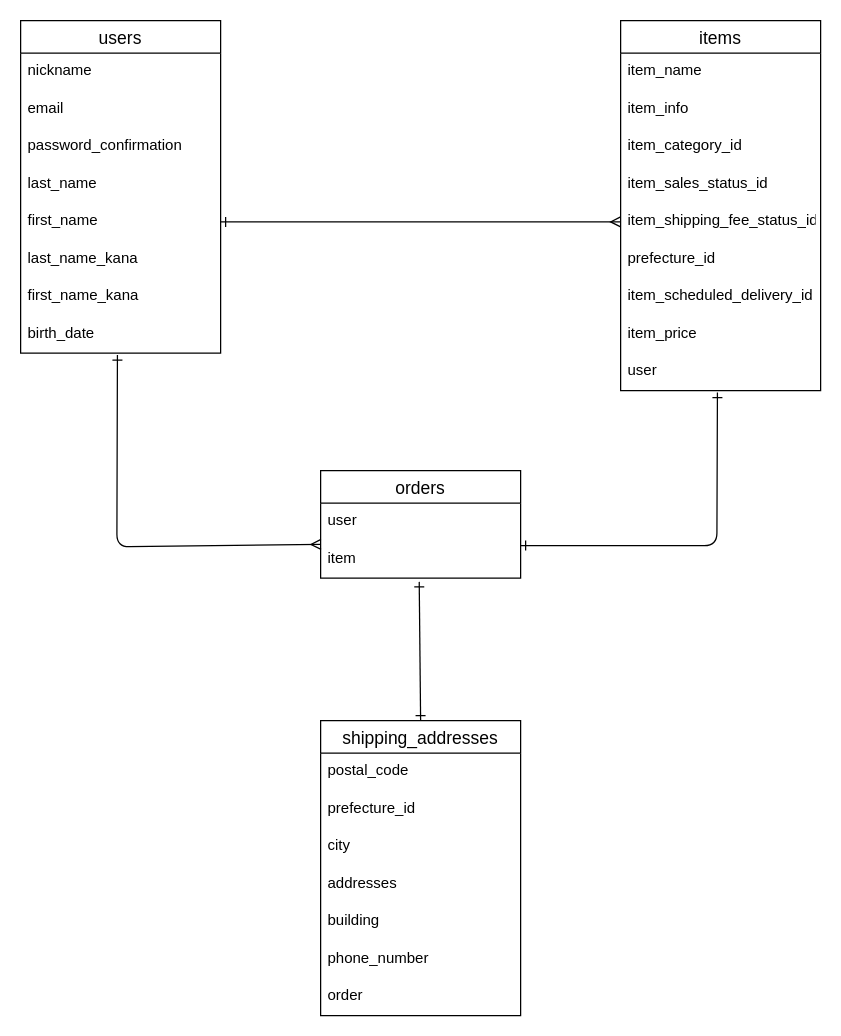
Above: test.dio in Yosh1tomo/furima-36861 (draw.io), before the change. Source tidied: cells renumbered, new cells numbered last; positions are measured from the earlier drawing's top-left corner, leaving out a move shared by most shapes. Both pictures are drawn from the tidied source at 125%, with x=0, y=0 at pixel (20, 20).
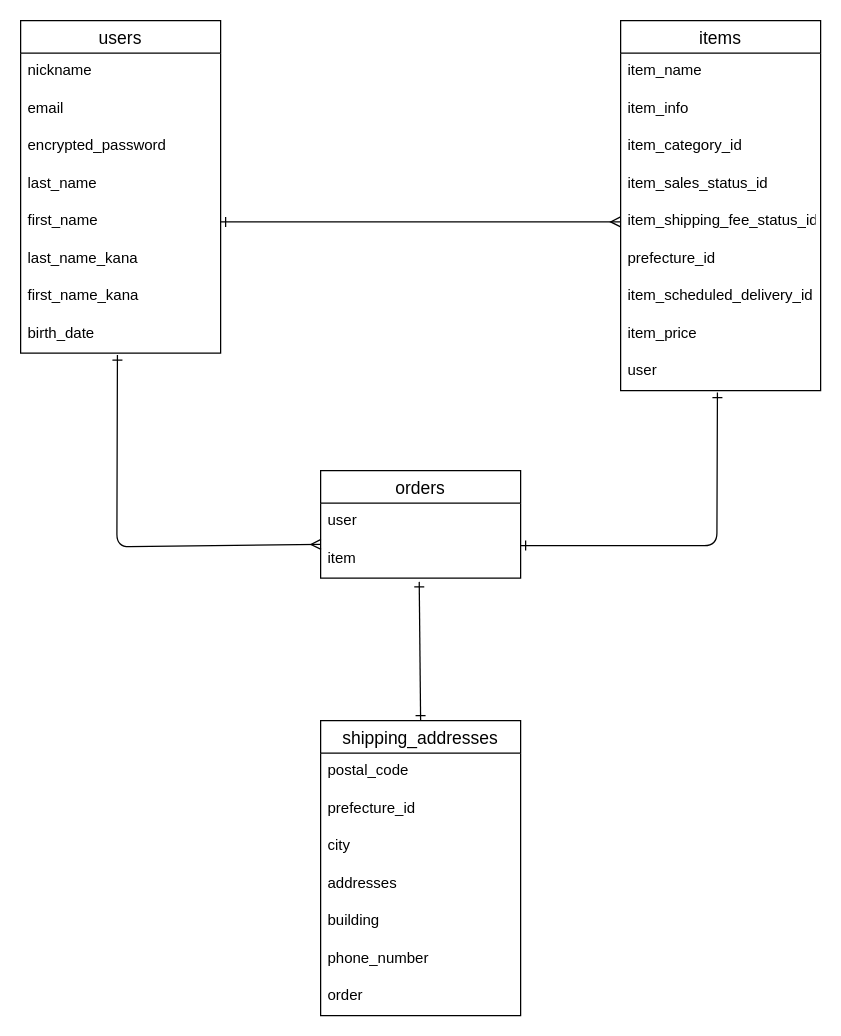
Above is the later version.

Commit message:
ER図password_confirmationをencrypted_passwordに変更

The change refers to these unchanged cells:
```xml
<mxCell id="12" value="users" style="swimlane;fontStyle=0;horizontal=1;startSize=26;align=center;fontSize=14;" parent="1" vertex="1">
  <mxGeometry width="160" height="266" as="geometry" />
</mxCell>
```

The edit, as a diff of the source:
```diff
@@
-    <mxCell id="15" value="password_confirmation" style="text;strokeColor=none;fillColor=none;spacingLeft=4;spacingRight=4;overflow=hidden;fontSize=12;" parent="12" vertex="1">
+    <mxCell id="15" value="encrypted_password " style="text;strokeColor=none;fillColor=none;spacingLeft=4;spacingRight=4;overflow=hidden;fontSize=12;" parent="12" vertex="1">
       <mxGeometry y="86" width="160" height="30" as="geometry" />
     </mxCell>
```
